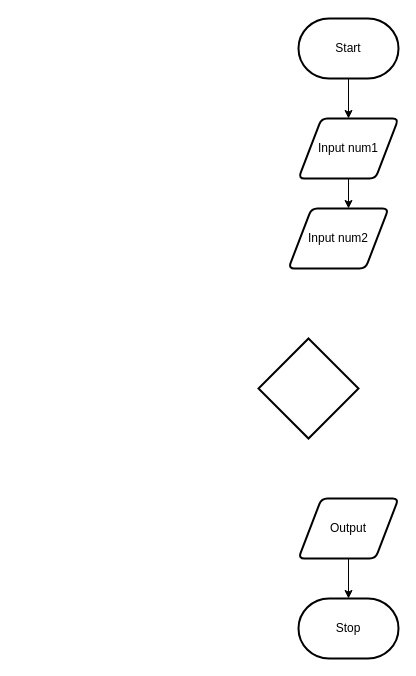
This is design/flow-chart.drawio from Liya-Getachew/ICS2O-Unit5-08-JS, a draw.io file, before an edit. Source tidied: cells renumbered, new cells numbered last; positions are measured from the earlier drawing's top-left corner, leaving out a move shared by most shapes. Both pictures are drawn from the tidied source at 100%, with x=0, y=0 at pixel (258, 18).
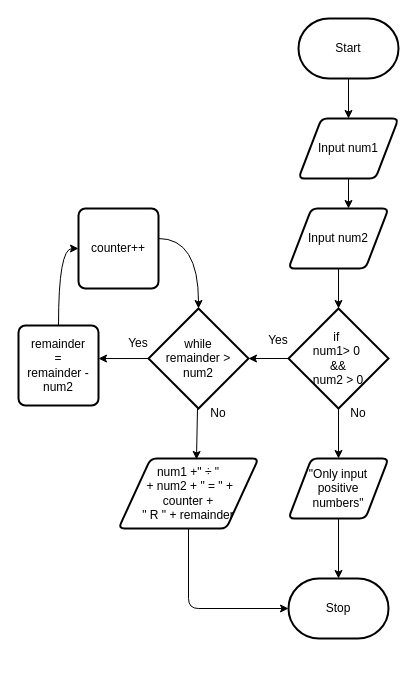
Above is the later version.

Commit message (it also covers changes not shown here):
board and chart

The change refers to these unchanged cells:
```xml
<mxCell id="9" value="Input num2" style="shape=parallelogram;html=1;strokeWidth=2;perimeter=parallelogramPerimeter;whiteSpace=wrap;rounded=1;arcSize=12;size=0.23;" parent="1" vertex="1">
  <mxGeometry x="30" y="190" width="100" height="60" as="geometry" />
</mxCell>
```

What changed in the source:
```diff
@@
-    <mxCell id="6" style="edgeStyle=none;html=1;" parent="1" edge="1" source="7" target="8">
+    <mxCell id="6" style="edgeStyle=none;html=1;entryX=0.5;entryY=0;entryDx=0;entryDy=0;entryPerimeter=0;" parent="1" edge="1" source="7" target="8">
       <mxGeometry relative="1" as="geometry" />
     </mxCell>
-    <mxCell id="7" value="Output" style="shape=parallelogram;html=1;strokeWidth=2;perimeter=parallelogramPerimeter;whiteSpace=wrap;rounded=1;arcSize=12;size=0.23;" parent="1" vertex="1">
-      <mxGeometry x="40" y="480" width="100" height="60" as="geometry" />
+    <mxCell id="7" value="&quot;Only input positive &lt;br&gt;numbers&quot;" style="shape=parallelogram;html=1;strokeWidth=2;perimeter=parallelogramPerimeter;whiteSpace=wrap;rounded=1;arcSize=12;size=0.23;" parent="1" vertex="1">
+      <mxGeometry x="30" y="440" width="100" height="60" as="geometry" />
     </mxCell>
     <mxCell id="8" value="Stop" style="strokeWidth=2;html=1;shape=mxgraph.flowchart.terminator;whiteSpace=wrap;" parent="1" vertex="1">
-      <mxGeometry x="40" y="580" width="100" height="60" as="geometry" />
+      <mxGeometry x="30" y="560" width="100" height="60" as="geometry" />
     </mxCell>
+    <mxCell id="11" style="edgeStyle=none;html=1;entryX=0.5;entryY=0;entryDx=0;entryDy=0;entryPerimeter=0;" parent="1" edge="1" source="9" target="10">
+      <mxGeometry relative="1" as="geometry" />
+    </mxCell>
@@
+    <mxCell id="12" style="edgeStyle=none;html=1;entryX=1;entryY=0.5;entryDx=0;entryDy=0;entryPerimeter=0;" parent="1" edge="1" source="10" target="16">
+      <mxGeometry relative="1" as="geometry" />
+    </mxCell>
+    <mxCell id="13" style="edgeStyle=none;html=1;entryX=0.5;entryY=0;entryDx=0;entryDy=0;" parent="1" edge="1" source="10" target="7">
+      <mxGeometry relative="1" as="geometry" />
+    </mxCell>
-    <mxCell id="10" style="strokeWidth=2;html=1;shape=mxgraph.flowchart.decision;whiteSpace=wrap;" parent="1" vertex="1">
-      <mxGeometry y="320" width="100" height="100" as="geometry" />
+    <mxCell id="10" value="if&amp;nbsp;&lt;br&gt;num1&amp;gt; 0&amp;nbsp;&lt;br&gt;&amp;amp;&amp;amp;&lt;br&gt;num2 &amp;gt; 0" style="strokeWidth=2;html=1;shape=mxgraph.flowchart.decision;whiteSpace=wrap;" parent="1" vertex="1">
+      <mxGeometry x="30" y="290" width="100" height="100" as="geometry" />
     </mxCell>
+    <mxCell id="14" style="edgeStyle=none;html=1;entryX=0.557;entryY=0.014;entryDx=0;entryDy=0;entryPerimeter=0;" parent="1" edge="1" source="16" target="18">
+      <mxGeometry relative="1" as="geometry" />
+    </mxCell>
+    <mxCell id="15" style="html=1;entryX=1;entryY=0.413;entryDx=0;entryDy=0;entryPerimeter=0;" parent="1" edge="1" source="16" target="20">
+      <mxGeometry relative="1" as="geometry" />
+    </mxCell>
+    <mxCell id="16" value="while&lt;br&gt;remainder &amp;gt;&lt;br&gt;num2" style="strokeWidth=2;html=1;shape=mxgraph.flowchart.decision;whiteSpace=wrap;" parent="1" vertex="1">
+      <mxGeometry x="-110" y="290" width="100" height="100" as="geometry" />
+    </mxCell>
+    <mxCell id="17" style="edgeStyle=elbowEdgeStyle;html=1;entryX=0;entryY=0.5;entryDx=0;entryDy=0;entryPerimeter=0;" parent="1" edge="1" source="18" target="8">
+      <mxGeometry relative="1" as="geometry">
+        <Array as="points">
+          <mxPoint x="-70" y="570" />
+        </Array>
+      </mxGeometry>
+    </mxCell>
+    <mxCell id="18" value="num1 +&quot; ÷ &quot;&lt;br&gt;&amp;nbsp;+ num2 + &quot; = &quot; + &lt;br&gt;counter + &lt;br&gt;&quot; R &quot; + remainder" style="shape=parallelogram;html=1;strokeWidth=2;perimeter=parallelogramPerimeter;whiteSpace=wrap;rounded=1;arcSize=12;size=0.23;" parent="1" vertex="1">
+      <mxGeometry x="-140" y="440" width="140" height="70" as="geometry" />
+    </mxCell>
+    <mxCell id="19" style="edgeStyle=orthogonalEdgeStyle;html=1;entryX=0;entryY=0.5;entryDx=0;entryDy=0;curved=1;" parent="1" edge="1" source="20" target="22">
+      <mxGeometry relative="1" as="geometry" />
+    </mxCell>
+    <mxCell id="20" value="remainder&lt;br&gt;=&lt;br&gt;remainder -&lt;br&gt;num2" style="rounded=1;whiteSpace=wrap;html=1;absoluteArcSize=1;arcSize=14;strokeWidth=2;" parent="1" vertex="1">
+      <mxGeometry x="-240" y="307" width="80" height="80" as="geometry" />
+    </mxCell>
+    <mxCell id="21" style="edgeStyle=orthogonalEdgeStyle;html=1;entryX=0.5;entryY=0;entryDx=0;entryDy=0;entryPerimeter=0;curved=1;" parent="1" edge="1" source="22" target="16">
+      <mxGeometry relative="1" as="geometry">
+        <Array as="points">
+          <mxPoint x="-60" y="220" />
+        </Array>
+      </mxGeometry>
+    </mxCell>
+    <mxCell id="22" value="counter++" style="rounded=1;whiteSpace=wrap;html=1;absoluteArcSize=1;arcSize=14;strokeWidth=2;" parent="1" vertex="1">
+      <mxGeometry x="-180" y="190" width="80" height="80" as="geometry" />
+    </mxCell>
+    <mxCell id="23" value="Yes" style="text;html=1;strokeColor=none;fillColor=none;align=center;verticalAlign=middle;whiteSpace=wrap;rounded=0;" parent="1" vertex="1">
+      <mxGeometry x="-150" y="310" width="60" height="30" as="geometry" />
+    </mxCell>
+    <mxCell id="24" value="Yes" style="text;html=1;strokeColor=none;fillColor=none;align=center;verticalAlign=middle;whiteSpace=wrap;rounded=0;" parent="1" vertex="1">
+      <mxGeometry x="-10" y="307" width="60" height="30" as="geometry" />
+    </mxCell>
+    <mxCell id="25" value="No" style="text;html=1;strokeColor=none;fillColor=none;align=center;verticalAlign=middle;whiteSpace=wrap;rounded=0;" parent="1" vertex="1">
+      <mxGeometry x="-70" y="380" width="60" height="30" as="geometry" />
+    </mxCell>
+    <mxCell id="26" value="No" style="text;html=1;strokeColor=none;fillColor=none;align=center;verticalAlign=middle;whiteSpace=wrap;rounded=0;" parent="1" vertex="1">
+      <mxGeometry x="70" y="380" width="60" height="30" as="geometry" />
+    </mxCell>
```
